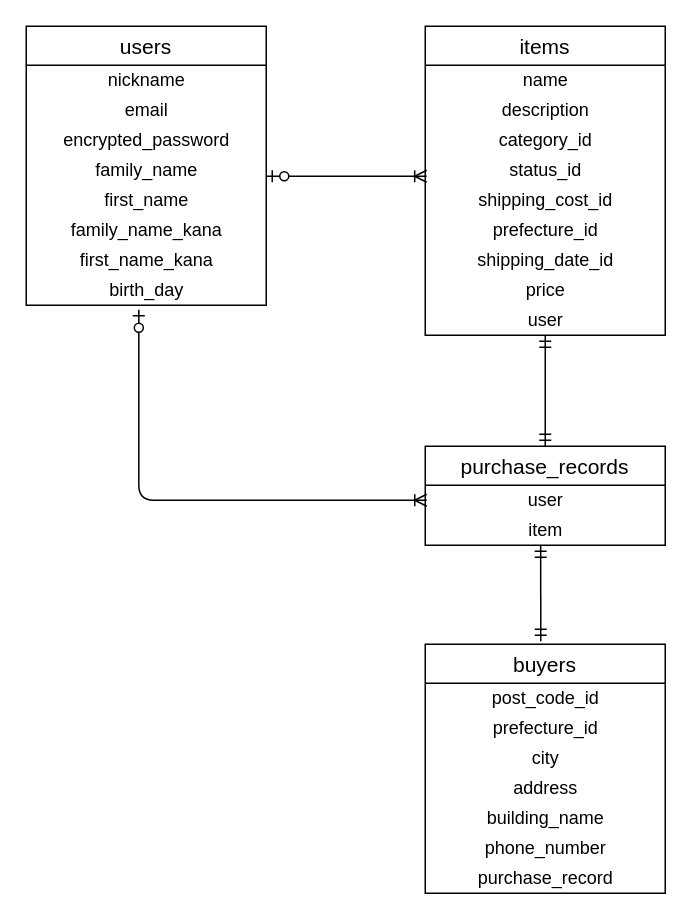
The draw.io diagram test.dio in taku38550/furima-38550, before the edit. Source tidied: cells renumbered, new cells numbered last; positions are measured from the earlier drawing's top-left corner, leaving out a move shared by most shapes. Both pictures are drawn from the tidied source at 150%, with x=0, y=0 at pixel (26, 26).
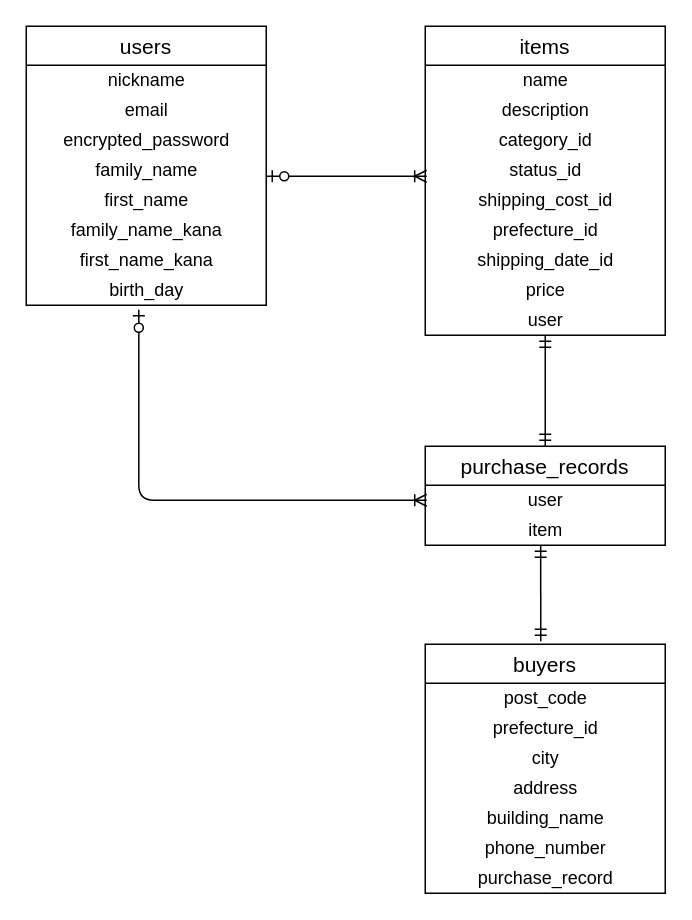
After the change.

Commit message (it also covers changes not shown here):
データベース設計修正４

Unchanged cells that the change refers to:
```xml
<mxCell id="21" value="buyers" style="swimlane;fontStyle=0;horizontal=1;startSize=26;align=center;fontSize=14;" parent="1" vertex="1">
  <mxGeometry x="266" y="412" width="160" height="166" as="geometry" />
</mxCell>
```

What changed in the source:
```diff
@@
-    <mxCell id="22" value="post_code_id" style="text;html=1;align=center;verticalAlign=middle;strokeColor=none;fillColor=none;" parent="21" vertex="1">
+    <mxCell id="22" value="post_code" style="text;html=1;align=center;verticalAlign=middle;strokeColor=none;fillColor=none;" parent="21" vertex="1">
       <mxGeometry y="26" width="160" height="20" as="geometry" />
     </mxCell>
```
